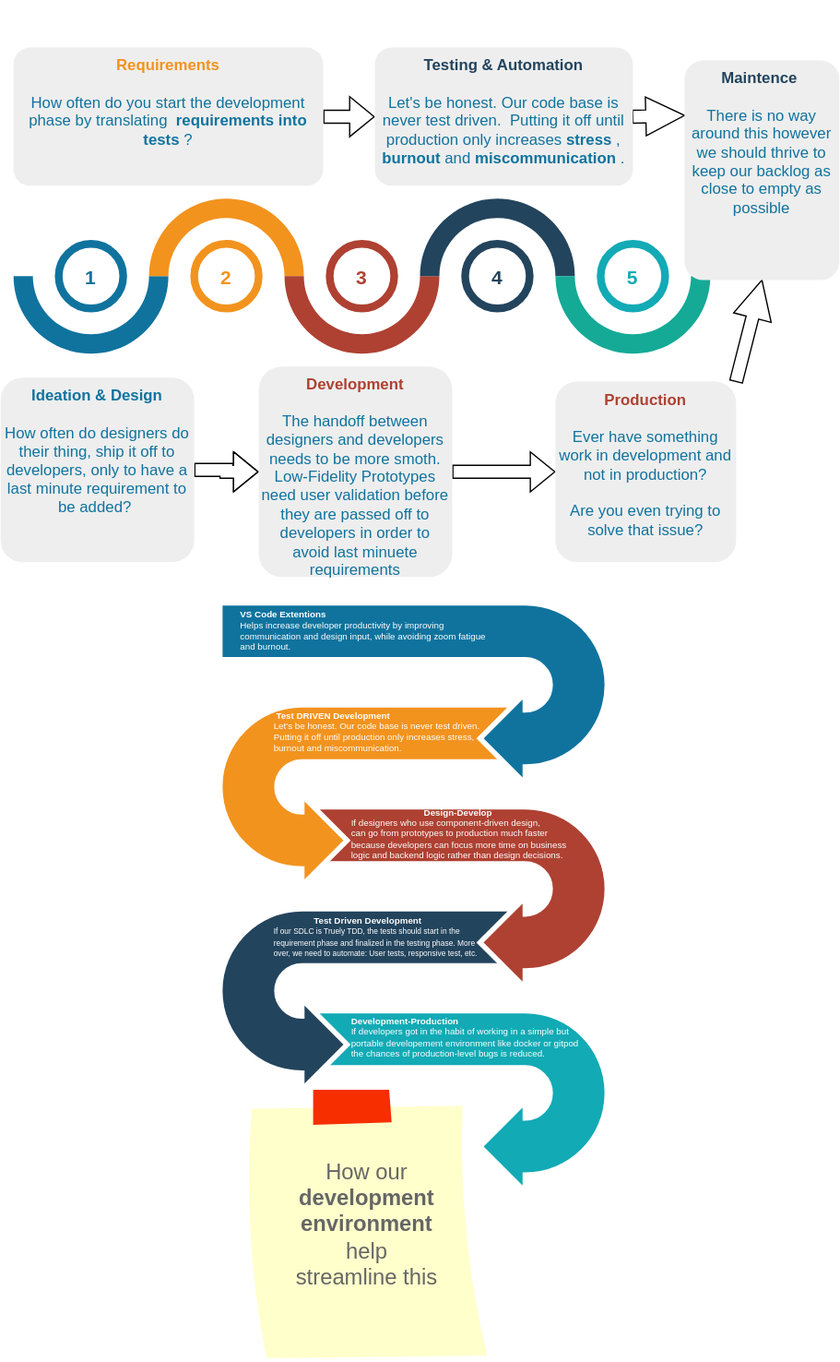
The draw.io diagram CollaborationTemplates/SDLC.drawio.svg in HansUXdev/GhostPlate, before a commit. Source tidied: cells renumbered, new cells last; positions are measured from the earlier drawing's top-left corner, leaving out a move shared by most shapes.
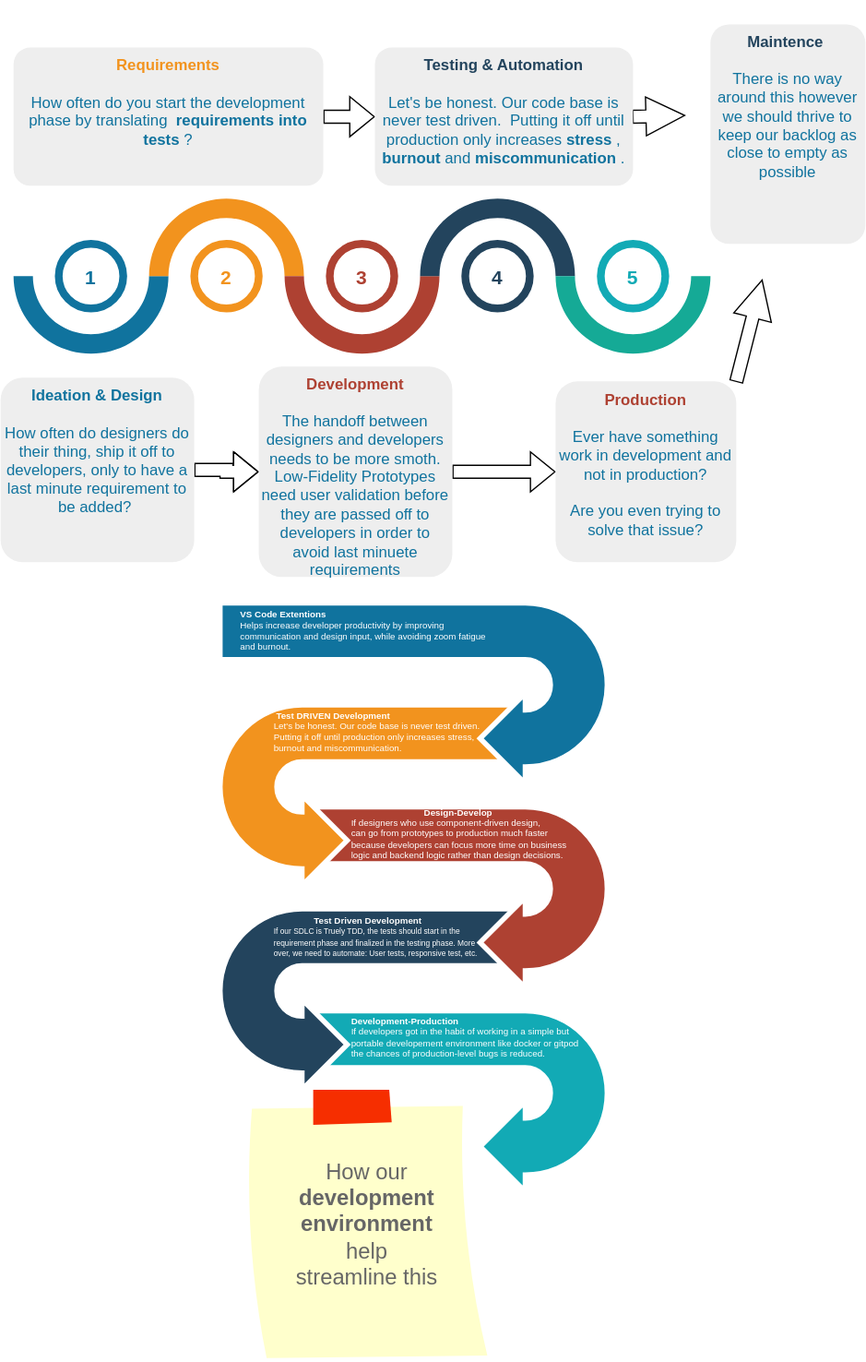
The same diagram one commit later.

What changed in the source:
```diff
@@ -74,8 +74,9 @@
     <mxCell id="25" value="&lt;font style=&quot;font-size: 10px&quot;&gt;&lt;font style=&quot;font-size: 12px&quot; color=&quot;#F2931E&quot;&gt;&lt;b&gt;Requirements&lt;/b&gt;&lt;/font&gt;&lt;br&gt;&lt;br&gt;&lt;font style=&quot;font-size: 12px&quot; color=&quot;#10739E&quot;&gt;How often do you start the development phase by translating&amp;nbsp;&lt;b&gt;requirements into tests&lt;/b&gt;?&lt;/font&gt;&lt;/font&gt;" style="rounded=1;strokeColor=none;fillColor=#EEEEEE;align=center;arcSize=12;verticalAlign=top;whiteSpace=wrap;html=1;fontSize=12;" parent="1" vertex="1">
       <mxGeometry x="10" y="20" width="240" height="107" as="geometry" />
     </mxCell>
-    <mxCell id="26" style="edgeStyle=orthogonalEdgeStyle;shape=arrow;rounded=0;jettySize=auto;html=1;exitX=1;exitY=0.5;exitDx=0;exitDy=0;entryX=0;entryY=0.25;entryDx=0;entryDy=0;" parent="1" edge="1" source="27" target="32">
+    <mxCell id="26" style="edgeStyle=orthogonalEdgeStyle;shape=arrow;rounded=0;jettySize=auto;html=1;exitX=1;exitY=0.5;exitDx=0;exitDy=0;entryX=0;entryY=0.25;entryDx=0;entryDy=0;" parent="1" edge="1" source="27">
       <mxGeometry relative="1" as="geometry">
+        <mxPoint x="530" y="72.5" as="targetPoint" />
         <Array as="points">
           <mxPoint x="490" />
           <mxPoint x="530" />
@@ -91,14 +92,16 @@
     <mxCell id="29" value="&lt;font style=&quot;font-size: 10px&quot;&gt;&lt;font style=&quot;font-size: 12px&quot; color=&quot;#AE4132&quot;&gt;&lt;b&gt;Development&lt;/b&gt;&lt;/font&gt;&lt;br&gt;&lt;br&gt;&lt;font style=&quot;font-size: 12px&quot; color=&quot;#10739E&quot;&gt;The handoff between designers and developers needs to be more smoth.&lt;br&gt;Low-Fidelity Prototypes need user validation before they are passed off to developers in order to avoid last minuete requirements&lt;br&gt;&lt;/font&gt;&lt;/font&gt;" style="rounded=1;strokeColor=none;fillColor=#EEEEEE;align=center;arcSize=12;verticalAlign=top;whiteSpace=wrap;html=1;fontSize=12;" parent="1" vertex="1">
       <mxGeometry x="200" y="267" width="150" height="163" as="geometry" />
     </mxCell>
-    <mxCell id="30" style="edgeStyle=orthogonalEdgeStyle;rounded=0;jettySize=auto;html=1;entryX=0.5;entryY=1;entryDx=0;entryDy=0;shape=arrow;exitX=1;exitY=0;exitDx=0;exitDy=0;" parent="1" edge="1" source="31" target="32">
-      <mxGeometry relative="1" as="geometry" />
+    <mxCell id="30" style="edgeStyle=orthogonalEdgeStyle;rounded=0;jettySize=auto;html=1;entryX=0.5;entryY=1;entryDx=0;entryDy=0;shape=arrow;exitX=1;exitY=0;exitDx=0;exitDy=0;" parent="1" edge="1" source="31">
+      <mxGeometry relative="1" as="geometry">
+        <mxPoint x="590" y="200" as="targetPoint" />
+      </mxGeometry>
     </mxCell>
     <mxCell id="31" value="&lt;font style=&quot;font-size: 10px&quot;&gt;&lt;font style=&quot;font-size: 12px&quot; color=&quot;#AE4132&quot;&gt;&lt;b&gt;Production&lt;/b&gt;&lt;/font&gt;&lt;br&gt;&lt;br&gt;&lt;font style=&quot;font-size: 12px&quot; color=&quot;#10739E&quot;&gt;Ever have something work in development and not in production?&lt;br&gt;&lt;br&gt;Are you even trying to solve that issue?&lt;br&gt;&lt;/font&gt;&lt;/font&gt;" style="rounded=1;strokeColor=none;fillColor=#EEEEEE;align=center;arcSize=12;verticalAlign=top;whiteSpace=wrap;html=1;fontSize=12;" parent="1" vertex="1">
       <mxGeometry x="430" y="278.5" width="140" height="140" as="geometry" />
     </mxCell>
     <mxCell id="32" value="&lt;font&gt;&lt;font style=&quot;font-size: 12px&quot; color=&quot;#23445D&quot;&gt;&lt;b&gt;Maintence&amp;nbsp;&lt;/b&gt;&lt;/font&gt;&lt;br&gt;&lt;font color=&quot;#10739e&quot;&gt;&lt;br&gt;There is no way around this however we should thrive to keep our backlog as close to empty as possible&lt;/font&gt;&lt;br&gt;&lt;/font&gt;" style="rounded=1;strokeColor=none;fillColor=#EEEEEE;align=center;arcSize=12;verticalAlign=top;whiteSpace=wrap;html=1;fontSize=12;" parent="1" vertex="1">
-      <mxGeometry x="530" y="30" width="120" height="170" as="geometry" />
+      <mxGeometry x="550" y="2" width="120" height="170" as="geometry" />
     </mxCell>
     <mxCell id="33" value="How our &lt;br&gt;&lt;b&gt;development environment&lt;/b&gt;&lt;br&gt;help &lt;br&gt;streamline this" style="strokeWidth=1;shadow=0;dashed=0;align=center;html=1;shape=mxgraph.mockup.text.stickyNote2;fontColor=#666666;mainText=;fontSize=17;whiteSpace=wrap;fillColor=#ffffcc;strokeColor=#F62E00;" parent="1" vertex="1">
       <mxGeometry x="189" y="827" width="190" height="210" as="geometry" />
```
